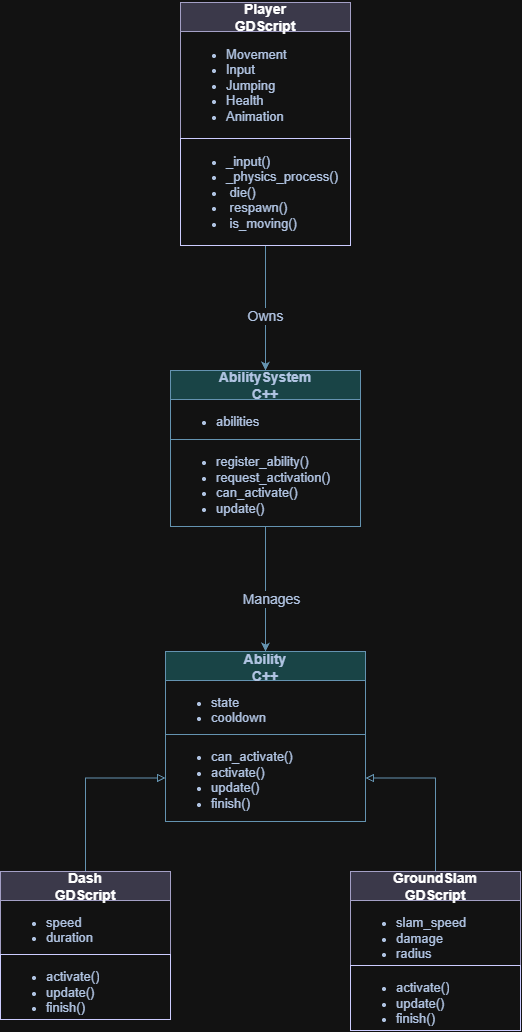
Above: docs/diagrams/ability-class-diagram.png in Foxsia/3Dplatformer (draw.io), before the change. Source tidied: cells renumbered, new cells last; positions are measured from the earlier drawing's top-left corner, leaving out a move shared by most shapes.
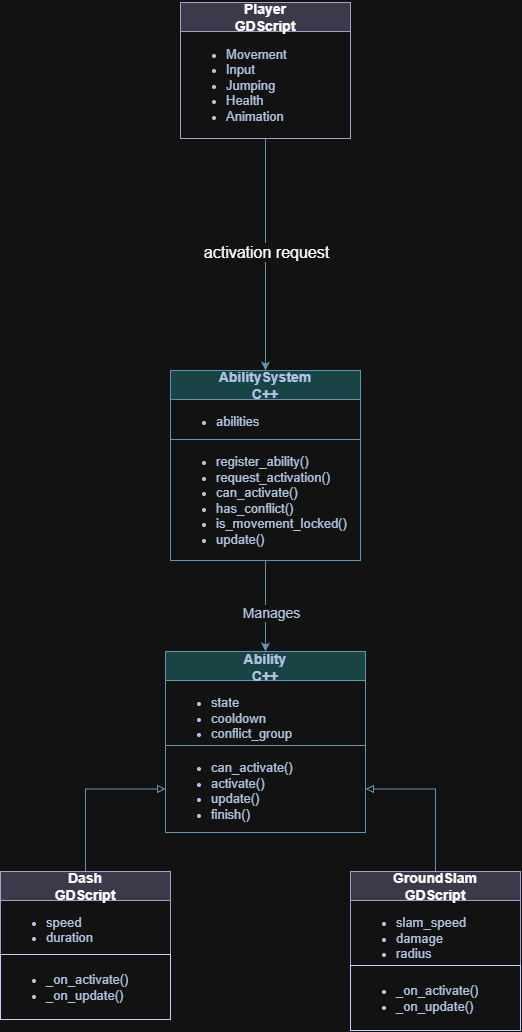
After the change.

Commit message:
fix diagrams structure

Change to the diagram source:
```diff
@@ -3,29 +3,28 @@
     <mxCell id="0" />
     <mxCell id="1" parent="0" />
     <mxCell id="2" value="&lt;div&gt;&lt;font style=&quot;font-size: 14px;&quot;&gt;&lt;br&gt;&lt;/font&gt;&lt;/div&gt;&lt;font style=&quot;font-size: 14px;&quot;&gt;Ability&lt;/font&gt;&lt;div&gt;&lt;font style=&quot;font-size: 14px;&quot;&gt;C++&lt;/font&gt;&lt;/div&gt;&lt;div&gt;&lt;br&gt;&lt;/div&gt;" style="swimlane;fontStyle=1;align=center;verticalAlign=middle;horizontal=1;startSize=29;html=1;whiteSpace=wrap;strokeColor=#457B9D;fontColor=#1D3557;fillColor=#A8DADC;labelBackgroundColor=none;" parent="1" vertex="1">
-      <mxGeometry x="165" y="649" width="200" height="170" as="geometry" />
+      <mxGeometry x="165" y="649" width="200" height="181" as="geometry" />
     </mxCell>
-    <mxCell id="3" value="&lt;ul&gt;&lt;li&gt;&lt;font style=&quot;font-size: 13px;&quot;&gt;state&lt;/font&gt;&lt;/li&gt;&lt;li&gt;&lt;font style=&quot;font-size: 13px;&quot;&gt;cooldown&lt;/font&gt;&lt;/li&gt;&lt;/ul&gt;" style="text;html=1;strokeColor=none;fillColor=none;align=left;verticalAlign=middle;spacingLeft=4;spacingRight=4;overflow=hidden;whiteSpace=wrap;fontColor=#1D3557;labelBackgroundColor=none;" parent="2" vertex="1">
-      <mxGeometry y="29" width="200" height="54" as="geometry" />
+    <mxCell id="3" value="&lt;ul&gt;&lt;li&gt;&lt;font style=&quot;font-size: 13px;&quot;&gt;state&lt;/font&gt;&lt;/li&gt;&lt;li&gt;&lt;font style=&quot;font-size: 13px;&quot;&gt;cooldown&lt;/font&gt;&lt;/li&gt;&lt;li&gt;&lt;font style=&quot;font-size: 13px;&quot;&gt;conflict_group&lt;/font&gt;&lt;/li&gt;&lt;/ul&gt;" style="text;html=1;strokeColor=none;fillColor=none;align=left;verticalAlign=middle;spacingLeft=4;spacingRight=4;overflow=hidden;whiteSpace=wrap;fontColor=#1D3557;labelBackgroundColor=none;" parent="2" vertex="1">
+      <mxGeometry y="29" width="200" height="65" as="geometry" />
     </mxCell>
     <mxCell id="4" value="&lt;ul&gt;&lt;li&gt;&lt;font style=&quot;font-size: 13px;&quot;&gt;can_activate()&lt;/font&gt;&lt;/li&gt;&lt;li&gt;&lt;font style=&quot;font-size: 13px;&quot;&gt;activate()&lt;/font&gt;&lt;/li&gt;&lt;li&gt;&lt;font style=&quot;font-size: 13px;&quot;&gt;update()&lt;/font&gt;&lt;/li&gt;&lt;li&gt;&lt;font style=&quot;font-size: 13px;&quot;&gt;finish()&lt;/font&gt;&lt;/li&gt;&lt;/ul&gt;" style="text;html=1;strokeColor=#457B9D;fillColor=none;align=left;verticalAlign=middle;spacingLeft=4;spacingRight=4;overflow=hidden;points=[[0,0.5],[1,0.5]];portConstraint=eastwest;whiteSpace=wrap;fontColor=#1D3557;perimeterSpacing=0;strokeWidth=1;labelBackgroundColor=none;" parent="2" vertex="1">
-      <mxGeometry y="83" width="200" height="87" as="geometry" />
+      <mxGeometry y="94" width="200" height="87" as="geometry" />
     </mxCell>
     <mxCell id="5" style="edgeStyle=orthogonalEdgeStyle;rounded=0;jettySize=auto;html=1;entryX=0.5;entryY=0;entryDx=0;entryDy=0;strokeColor=#457B9D;fontColor=#1D3557;fillColor=#A8DADC;" parent="1" edge="1" source="7" target="12">
       <mxGeometry relative="1" as="geometry" />
     </mxCell>
-    <mxCell id="6" value="&lt;font style=&quot;font-size: 14px;&quot;&gt;Owns&lt;/font&gt;" style="edgeLabel;html=1;align=center;verticalAlign=middle;fontColor=#1D3557;" parent="5" vertex="1">
-      <mxGeometry x="0.12" y="-1" relative="1" as="geometry" />
-    </mxCell>
+    <mxCell id="23" value="&lt;font style=&quot;font-size: 16px;&quot;&gt;activation request&lt;/font&gt;" style="edgeLabel;html=1;align=center;verticalAlign=middle;" parent="5" vertex="1">
+      <mxGeometry x="0.22" relative="1" as="geometry">
+        <mxPoint y="-28" as="offset" />
+      </mxGeometry>
+    </mxCell>
     <mxCell id="7" value="&lt;font style=&quot;font-size: 14px;&quot;&gt;Player&lt;/font&gt;&lt;div&gt;&lt;font style=&quot;font-size: 14px;&quot;&gt;GDScript&lt;/font&gt;&lt;/div&gt;" style="swimlane;fontStyle=1;align=center;verticalAlign=middle;horizontal=1;startSize=29;html=1;whiteSpace=wrap;strokeColor=#56517e;fillColor=#d0cee2;" parent="1" vertex="1">
-      <mxGeometry x="180" width="170" height="243" as="geometry" />
+      <mxGeometry x="180" width="170" height="136" as="geometry" />
     </mxCell>
     <mxCell id="8" value="&lt;ul&gt;&lt;li&gt;&lt;span style=&quot;font-size: 13px;&quot;&gt;Movement&lt;/span&gt;&lt;/li&gt;&lt;li&gt;&lt;span style=&quot;font-size: 13px;&quot;&gt;Input&lt;/span&gt;&lt;/li&gt;&lt;li&gt;&lt;span style=&quot;font-size: 13px;&quot;&gt;Jumping&lt;/span&gt;&lt;/li&gt;&lt;li&gt;&lt;span style=&quot;font-size: 13px;&quot;&gt;Health&lt;/span&gt;&lt;/li&gt;&lt;li&gt;&lt;span style=&quot;font-size: 13px;&quot;&gt;Animation&lt;/span&gt;&lt;/li&gt;&lt;/ul&gt;" style="text;html=1;strokeColor=none;fillColor=none;align=left;verticalAlign=middle;spacingLeft=4;spacingRight=4;overflow=hidden;whiteSpace=wrap;fontColor=#1D3557;" parent="7" vertex="1">
       <mxGeometry y="29" width="170" height="107" as="geometry" />
     </mxCell>
-    <mxCell id="9" value="&lt;ul&gt;&lt;li&gt;&lt;font style=&quot;font-size: 13px;&quot;&gt;_input()&lt;/font&gt;&lt;/li&gt;&lt;li&gt;&lt;font style=&quot;font-size: 13px;&quot;&gt;_physics_process()&lt;/font&gt;&lt;/li&gt;&lt;li&gt;&lt;font style=&quot;font-size: 13px;&quot;&gt;&amp;nbsp;die()&lt;/font&gt;&lt;/li&gt;&lt;li&gt;&lt;font style=&quot;font-size: 13px;&quot;&gt;&amp;nbsp;respawn()&lt;/font&gt;&lt;/li&gt;&lt;li&gt;&lt;font style=&quot;font-size: 13px;&quot;&gt;&amp;nbsp;is_moving()&lt;/font&gt;&lt;/li&gt;&lt;/ul&gt;" style="text;html=1;strokeColor=light-dark(#D4E1F5,#CCCCFF);fillColor=none;align=left;verticalAlign=middle;spacingLeft=4;spacingRight=4;overflow=hidden;whiteSpace=wrap;fontColor=#1D3557;strokeWidth=1;" parent="7" vertex="1">
-      <mxGeometry y="136" width="170" height="107" as="geometry" />
-    </mxCell>
     <mxCell id="10" style="edgeStyle=orthogonalEdgeStyle;rounded=0;jettySize=auto;html=1;entryX=0.5;entryY=0;entryDx=0;entryDy=0;strokeColor=#457B9D;fontColor=#1D3557;fillColor=#A8DADC;" parent="1" edge="1" source="12" target="2">
       <mxGeometry relative="1" as="geometry" />
     </mxCell>
@@ -33,13 +32,13 @@
       <mxGeometry x="0.15" y="5" relative="1" as="geometry" />
     </mxCell>
     <mxCell id="12" value="&lt;font style=&quot;font-size: 14px;&quot;&gt;AbilitySystem&lt;/font&gt;&lt;div&gt;&lt;font style=&quot;font-size: 14px;&quot;&gt;C++&lt;/font&gt;&lt;/div&gt;" style="swimlane;fontStyle=1;align=center;verticalAlign=middle;horizontal=1;startSize=29;html=1;whiteSpace=wrap;strokeColor=#457B9D;fontColor=#1D3557;fillColor=#A8DADC;fontFamily=Helvetica;fontSize=12;labelBackgroundColor=none;" parent="1" vertex="1">
-      <mxGeometry x="170" y="368" width="190" height="156" as="geometry" />
+      <mxGeometry x="170" y="368" width="190" height="190" as="geometry" />
     </mxCell>
     <mxCell id="13" value="&lt;ul&gt;&lt;li&gt;&lt;font style=&quot;font-size: 13px;&quot;&gt;abilities&lt;/font&gt;&lt;/li&gt;&lt;/ul&gt;" style="text;html=1;strokeColor=none;fillColor=none;align=left;verticalAlign=middle;spacingLeft=4;spacingRight=4;overflow=hidden;whiteSpace=wrap;fontColor=#1D3557;" parent="12" vertex="1">
       <mxGeometry y="29" width="190" height="40" as="geometry" />
     </mxCell>
-    <mxCell id="14" value="&lt;ul&gt;&lt;li&gt;&lt;font style=&quot;font-size: 13px;&quot;&gt;register_ability()&lt;/font&gt;&lt;/li&gt;&lt;li&gt;&lt;font style=&quot;font-size: 13px;&quot;&gt;request_activation()&lt;/font&gt;&lt;/li&gt;&lt;li&gt;&lt;font style=&quot;font-size: 13px;&quot;&gt;can_activate()&lt;/font&gt;&lt;/li&gt;&lt;li&gt;&lt;font style=&quot;font-size: 13px;&quot;&gt;update()&lt;/font&gt;&lt;/li&gt;&lt;/ul&gt;" style="text;html=1;strokeColor=light-dark(#000000,#6493B0);fillColor=none;align=left;verticalAlign=middle;spacingLeft=4;spacingRight=4;overflow=hidden;whiteSpace=wrap;fontColor=#1D3557;fontFamily=Helvetica;fontSize=12;labelBackgroundColor=none;" parent="12" vertex="1">
-      <mxGeometry y="69" width="190" height="87" as="geometry" />
+    <mxCell id="14" value="&lt;ul&gt;&lt;li&gt;&lt;font style=&quot;font-size: 13px;&quot;&gt;register_ability()&lt;/font&gt;&lt;/li&gt;&lt;li&gt;&lt;font style=&quot;font-size: 13px;&quot;&gt;request_activation()&lt;/font&gt;&lt;/li&gt;&lt;li&gt;&lt;font style=&quot;font-size: 13px;&quot;&gt;can_activate()&lt;/font&gt;&lt;/li&gt;&lt;li&gt;&lt;font style=&quot;font-size: 13px;&quot;&gt;has_conflict()&lt;/font&gt;&lt;/li&gt;&lt;li&gt;&lt;font style=&quot;font-size: 13px;&quot;&gt;is_movement_locked()&lt;/font&gt;&lt;/li&gt;&lt;li&gt;&lt;font style=&quot;font-size: 13px;&quot;&gt;update()&lt;/font&gt;&lt;/li&gt;&lt;/ul&gt;" style="text;html=1;strokeColor=light-dark(#000000,#6493B0);fillColor=none;align=left;verticalAlign=middle;spacingLeft=4;spacingRight=4;overflow=hidden;whiteSpace=wrap;fontColor=#1D3557;fontFamily=Helvetica;fontSize=12;labelBackgroundColor=none;" parent="12" vertex="1">
+      <mxGeometry y="69" width="190" height="121" as="geometry" />
     </mxCell>
     <mxCell id="15" style="edgeStyle=orthogonalEdgeStyle;rounded=0;jettySize=auto;html=1;entryX=0;entryY=0.5;entryDx=0;entryDy=0;strokeColor=#457B9D;fontColor=#1D3557;fillColor=#A8DADC;endArrow=block;endFill=0;" parent="1" edge="1" source="16" target="4">
       <mxGeometry relative="1" as="geometry" />
@@ -50,7 +49,7 @@
     <mxCell id="17" value="&lt;ul&gt;&lt;li&gt;&lt;font style=&quot;font-size: 13px;&quot;&gt;speed&lt;/font&gt;&lt;/li&gt;&lt;li&gt;&lt;font style=&quot;font-size: 13px;&quot;&gt;duration&lt;/font&gt;&lt;/li&gt;&lt;/ul&gt;" style="text;html=1;strokeColor=none;fillColor=none;align=left;verticalAlign=middle;spacingLeft=4;spacingRight=4;overflow=hidden;whiteSpace=wrap;fontColor=#1D3557;" parent="16" vertex="1">
       <mxGeometry y="29" width="170" height="54" as="geometry" />
     </mxCell>
-    <mxCell id="18" value="&lt;ul&gt;&lt;li&gt;&lt;span style=&quot;font-size: 13px;&quot;&gt;activate()&lt;/span&gt;&lt;/li&gt;&lt;li&gt;&lt;span style=&quot;font-size: 13px;&quot;&gt;update()&lt;/span&gt;&lt;/li&gt;&lt;li&gt;&lt;span style=&quot;font-size: 13px;&quot;&gt;finish()&lt;/span&gt;&lt;/li&gt;&lt;/ul&gt;" style="text;html=1;strokeColor=light-dark(#D4E1F5,#CCCCFF);fillColor=none;align=left;verticalAlign=middle;spacingLeft=4;spacingRight=4;overflow=hidden;whiteSpace=wrap;fontColor=#1D3557;" parent="16" vertex="1">
+    <mxCell id="18" value="&lt;ul&gt;&lt;li&gt;&lt;span style=&quot;font-size: 13px;&quot;&gt;_on_activate()&lt;/span&gt;&lt;/li&gt;&lt;li&gt;&lt;span style=&quot;font-size: 13px;&quot;&gt;_on_update()&lt;/span&gt;&lt;/li&gt;&lt;/ul&gt;" style="text;html=1;strokeColor=light-dark(#D4E1F5,#CCCCFF);fillColor=none;align=left;verticalAlign=middle;spacingLeft=4;spacingRight=4;overflow=hidden;whiteSpace=wrap;fontColor=#1D3557;" parent="16" vertex="1">
       <mxGeometry y="83" width="170" height="65" as="geometry" />
     </mxCell>
     <mxCell id="19" style="edgeStyle=orthogonalEdgeStyle;rounded=0;jettySize=auto;html=1;entryX=1;entryY=0.5;entryDx=0;entryDy=0;strokeColor=#457B9D;fontColor=#1D3557;fillColor=#A8DADC;endArrow=block;endFill=0;" parent="1" edge="1" source="20" target="4">
@@ -62,7 +61,7 @@
     <mxCell id="21" value="&lt;ul&gt;&lt;li&gt;&lt;font style=&quot;font-size: 13px;&quot;&gt;slam_speed&lt;br&gt;&lt;/font&gt;&lt;/li&gt;&lt;li&gt;&lt;font style=&quot;font-size: 13px;&quot;&gt;damage&lt;/font&gt;&lt;/li&gt;&lt;li&gt;&lt;font style=&quot;font-size: 13px;&quot;&gt;radius&lt;/font&gt;&lt;/li&gt;&lt;/ul&gt;" style="text;html=1;strokeColor=none;fillColor=none;align=left;verticalAlign=middle;spacingLeft=4;spacingRight=4;overflow=hidden;whiteSpace=wrap;fontColor=#1D3557;" parent="20" vertex="1">
       <mxGeometry y="29" width="170" height="65" as="geometry" />
     </mxCell>
-    <mxCell id="22" value="&lt;ul&gt;&lt;li&gt;&lt;span style=&quot;font-size: 13px;&quot;&gt;activate()&lt;/span&gt;&lt;/li&gt;&lt;li&gt;&lt;span style=&quot;font-size: 13px;&quot;&gt;update()&lt;/span&gt;&lt;/li&gt;&lt;li&gt;&lt;span style=&quot;font-size: 13px;&quot;&gt;finish()&lt;/span&gt;&lt;/li&gt;&lt;/ul&gt;" style="text;html=1;strokeColor=light-dark(#D4E1F5,#CCCCFF);fillColor=none;align=left;verticalAlign=middle;spacingLeft=4;spacingRight=4;overflow=hidden;whiteSpace=wrap;fontColor=#1D3557;" parent="20" vertex="1">
+    <mxCell id="22" value="&lt;ul&gt;&lt;li&gt;&lt;span style=&quot;font-size: 13px;&quot;&gt;_on_activate()&lt;/span&gt;&lt;/li&gt;&lt;li&gt;&lt;span style=&quot;font-size: 13px;&quot;&gt;_on_update()&lt;/span&gt;&lt;/li&gt;&lt;/ul&gt;" style="text;html=1;strokeColor=light-dark(#D4E1F5,#CCCCFF);fillColor=none;align=left;verticalAlign=middle;spacingLeft=4;spacingRight=4;overflow=hidden;whiteSpace=wrap;fontColor=#1D3557;" parent="20" vertex="1">
       <mxGeometry y="94" width="170" height="65" as="geometry" />
     </mxCell>
   </root>
```
